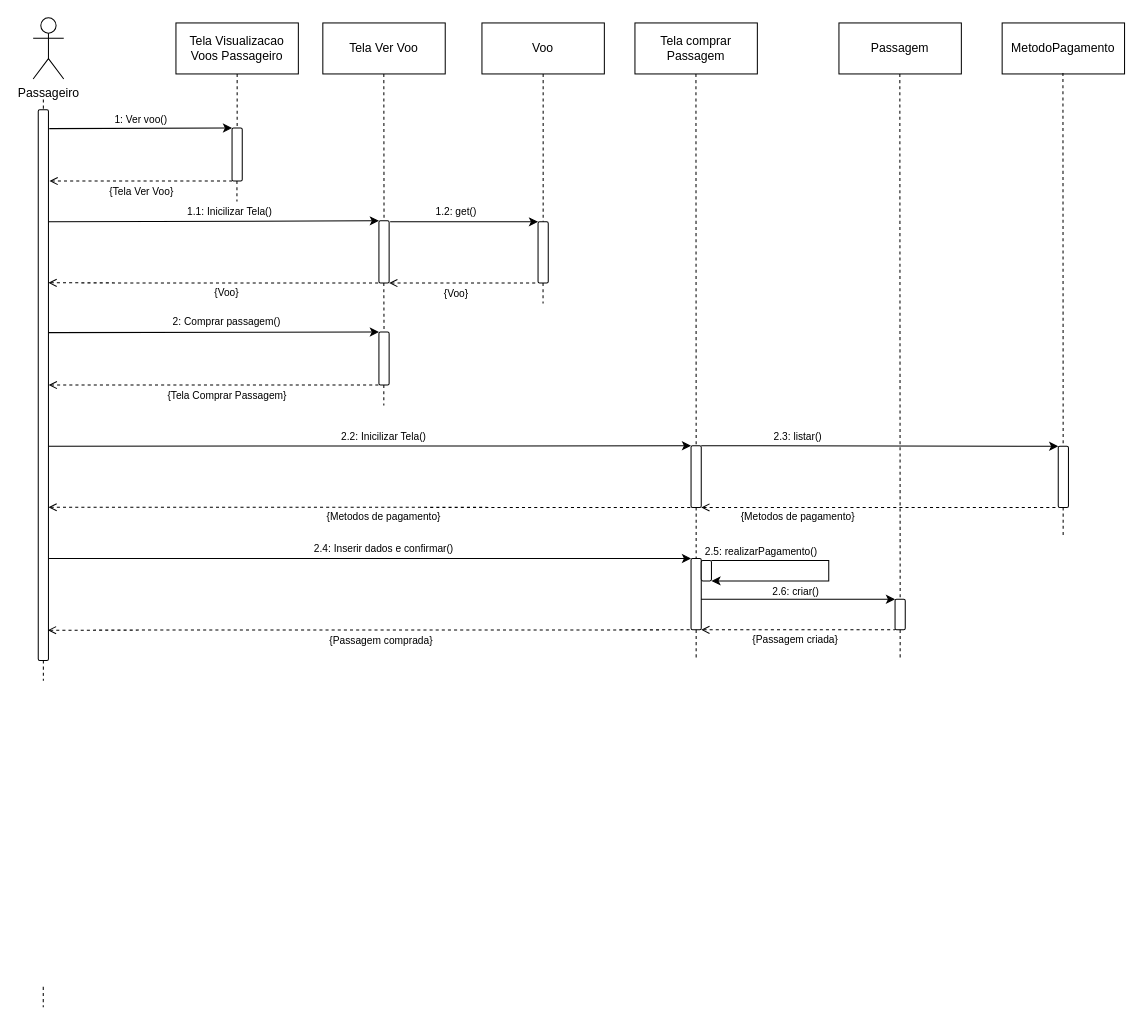
Earlier version of the draw.io diagram Diagramas/Eng_de_Software/Modelos/Sequencia/Comprar_Passagens.drawio (GabrielGMori/trabalho-conclus-o-ano). Source tidied: cells renumbered, new cells numbered last; positions are measured from the earlier drawing's top-left corner, leaving out a move shared by most shapes. Both pictures are drawn from the tidied source at 102%, with x=0, y=0 at pixel (33, 17).
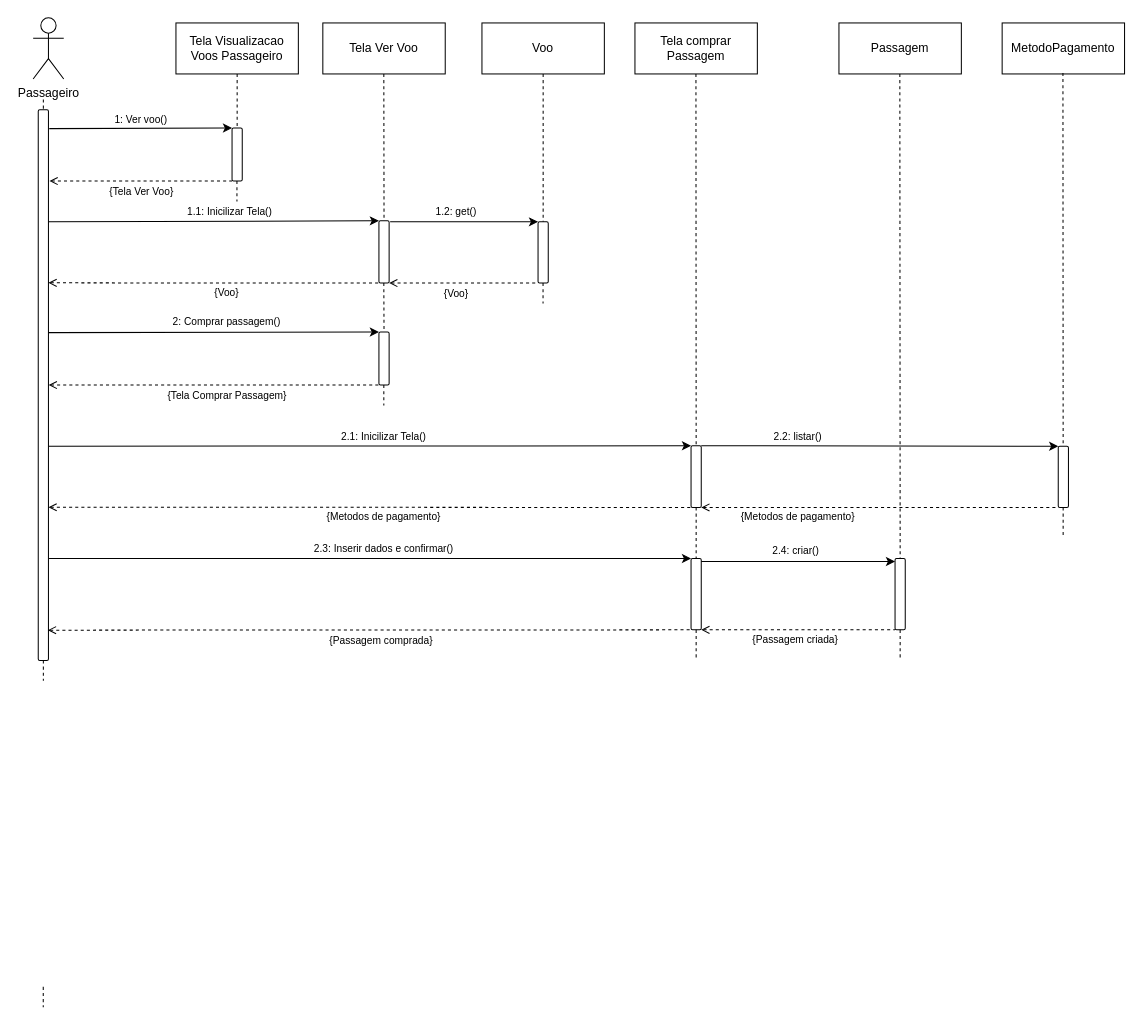
After the change.

What changed in the source:
```diff
@@
-    <mxCell id="39" value="&lt;font&gt;2.4: Inserir dados e confirmar()&lt;/font&gt;" style="text;html=1;align=center;verticalAlign=middle;whiteSpace=wrap;rounded=0;fontSize=10;" parent="1" vertex="1">
+    <mxCell id="39" value="&lt;font&gt;2.3: Inserir dados e confirmar()&lt;/font&gt;" style="text;html=1;align=center;verticalAlign=middle;whiteSpace=wrap;rounded=0;fontSize=10;" parent="1" vertex="1">
       <mxGeometry x="264" y="510" width="160" height="20" as="geometry" />
     </mxCell>
@@
-    <mxCell id="41" style="rounded=1;whiteSpace=wrap;html=1;" parent="1" vertex="1">
-      <mxGeometry x="655" y="532" width="10" height="20" as="geometry" />
-    </mxCell>
-    <mxCell id="42" style="endArrow=classic;html=1;rounded=0;exitX=1;exitY=0;exitDx=0;exitDy=0;entryX=1;entryY=1;entryDx=0;entryDy=0;" parent="1" edge="1" source="41" target="41">
-      <mxGeometry relative="1" as="geometry">
-        <Array as="points">
-          <mxPoint x="740" y="532" />
-          <mxPoint x="760" y="532" />
-          <mxPoint x="780" y="532" />
-          <mxPoint x="780" y="552" />
-          <mxPoint x="760" y="552" />
-          <mxPoint x="740" y="552" />
-        </Array>
-      </mxGeometry>
-    </mxCell>
-    <mxCell id="43" value="&lt;font&gt;2.6:&amp;nbsp;&lt;/font&gt;&lt;font&gt;criar&lt;/font&gt;&lt;font&gt;()&lt;/font&gt;" style="text;html=1;align=center;verticalAlign=middle;whiteSpace=wrap;rounded=0;fontSize=10;" parent="1" vertex="1">
-      <mxGeometry x="667.5" y="552" width="160" height="20" as="geometry" />
+    <mxCell id="43" value="&lt;font&gt;2.4:&amp;nbsp;&lt;/font&gt;&lt;font&gt;criar&lt;/font&gt;&lt;font&gt;()&lt;/font&gt;" style="text;html=1;align=center;verticalAlign=middle;whiteSpace=wrap;rounded=0;fontSize=10;" parent="1" vertex="1">
+      <mxGeometry x="667.5" y="512" width="160" height="20" as="geometry" />
     </mxCell>
@@
     <mxCell id="45" style="rounded=1;whiteSpace=wrap;html=1;" parent="1" vertex="1">
-      <mxGeometry x="845" y="570" width="10" height="30" as="geometry" />
+      <mxGeometry x="845" y="530" width="10" height="70" as="geometry" />
     </mxCell>
     <mxCell id="46" style="endArrow=classic;html=1;rounded=0;exitX=1.085;exitY=0.449;exitDx=0;exitDy=0;exitPerimeter=0;entryX=0;entryY=0;entryDx=0;entryDy=0;" parent="1" edge="1">
       <mxGeometry relative="1" as="geometry">
-        <mxPoint x="655" y="570" as="sourcePoint" />
-        <mxPoint x="845" y="570" as="targetPoint" />
+        <mxPoint x="655" y="533" as="sourcePoint" />
+        <mxPoint x="845" y="533" as="targetPoint" />
         <Array as="points">
-          <mxPoint x="730" y="570" />
-          <mxPoint x="750" y="570" />
+          <mxPoint x="730" y="533" />
+          <mxPoint x="750" y="533" />
         </Array>
       </mxGeometry>
     </mxCell>
@@
-    <mxCell id="48" value="&lt;font&gt;2.5: realizarPagamento()&lt;/font&gt;" style="text;html=1;align=center;verticalAlign=middle;whiteSpace=wrap;rounded=0;fontSize=10;" parent="1" vertex="1">
-      <mxGeometry x="654" y="513" width="120" height="20" as="geometry" />
-    </mxCell>
@@
-    <mxCell id="59" value="&lt;font&gt;2.2: Inicilizar Tela()&lt;/font&gt;" style="text;html=1;align=center;verticalAlign=middle;whiteSpace=wrap;rounded=0;fontSize=10;" parent="1" vertex="1">
+    <mxCell id="59" value="&lt;font&gt;2.1: Inicilizar Tela()&lt;/font&gt;" style="text;html=1;align=center;verticalAlign=middle;whiteSpace=wrap;rounded=0;fontSize=10;" parent="1" vertex="1">
       <mxGeometry x="264" y="399.5" width="160" height="20" as="geometry" />
     </mxCell>
-    <mxCell id="60" value="&lt;font&gt;2.3: listar&lt;/font&gt;&lt;font&gt;()&lt;/font&gt;" style="text;html=1;align=center;verticalAlign=middle;whiteSpace=wrap;rounded=0;fontSize=10;" parent="1" vertex="1">
+    <mxCell id="60" value="&lt;font&gt;2.2: listar&lt;/font&gt;&lt;font&gt;()&lt;/font&gt;" style="text;html=1;align=center;verticalAlign=middle;whiteSpace=wrap;rounded=0;fontSize=10;" parent="1" vertex="1">
       <mxGeometry x="670" y="400" width="160" height="20" as="geometry" />
     </mxCell>
```
